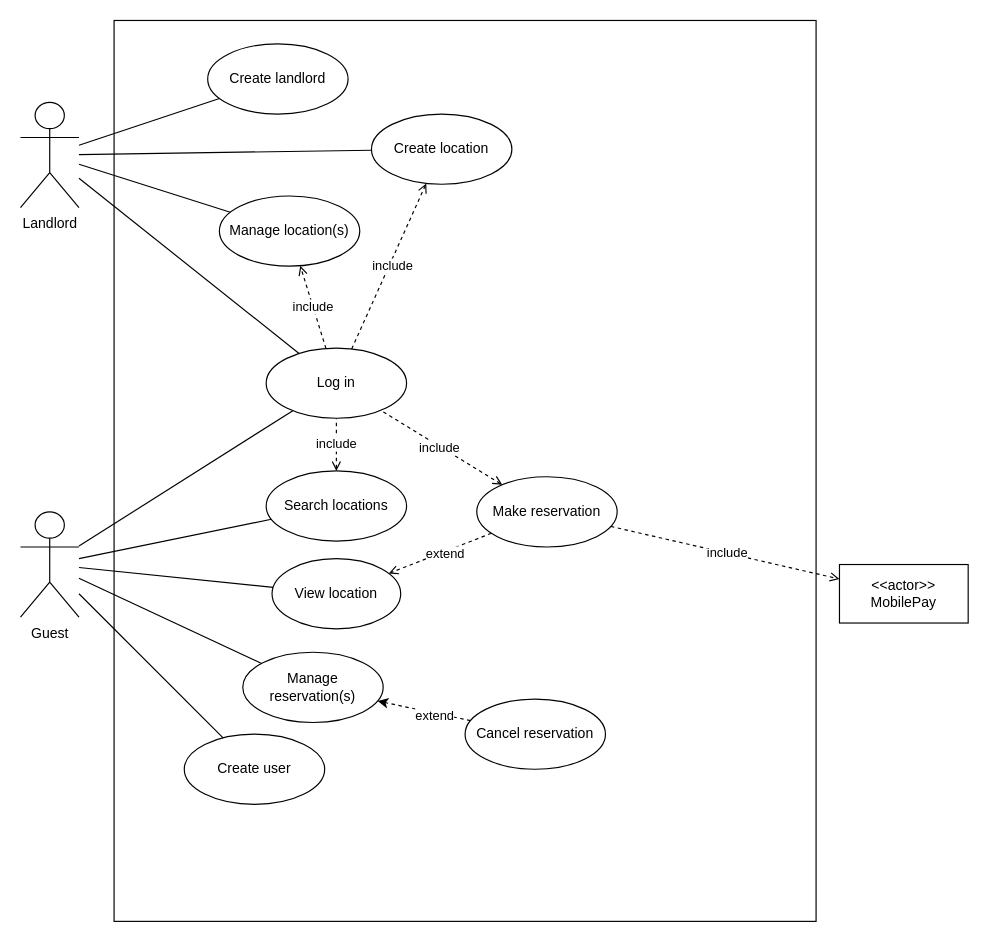
Above: Use Case Diagram BB.eu.drawio in KeanTech/BandB_Booking (draw.io), before the change. Source tidied: cells renumbered, new cells numbered last; positions are measured from the earlier drawing's top-left corner, leaving out a move shared by most shapes. Both pictures are drawn from the tidied source at 117%, with x=0, y=0 at pixel (20, 20).
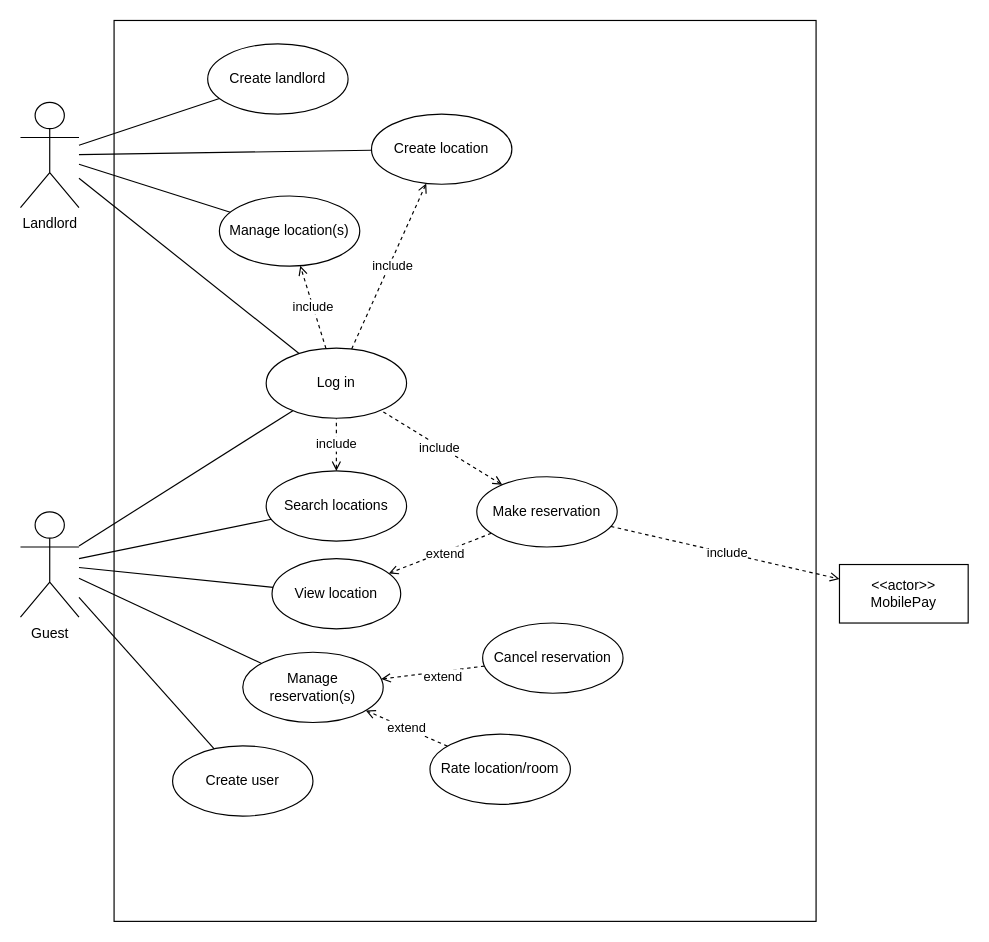
The same diagram, later.

The change refers to these unchanged cells:
```xml
<mxCell id="25" value="Manage &lt;br&gt;reservation(s)" style="ellipse;whiteSpace=wrap;html=1;" parent="1" vertex="1">
  <mxGeometry x="190" y="540" width="120" height="60" as="geometry" />
</mxCell>
```

Change to the diagram source:
```diff
@@
-    <mxCell id="17" style="rounded=0;jettySize=auto;html=1;dashed=1;" parent="1" edge="1" source="19" target="25">
+    <mxCell id="17" style="rounded=0;jettySize=auto;html=1;dashed=1;endArrow=open;endFill=0;" parent="1" edge="1" source="19" target="25">
       <mxGeometry relative="1" as="geometry" />
     </mxCell>
     <mxCell id="18" value="extend" style="edgeLabel;html=1;align=center;verticalAlign=middle;" parent="17" vertex="1">
       <mxGeometry x="0.17" y="2" relative="1" as="geometry">
-        <mxPoint x="15" y="3" as="offset" />
+        <mxPoint x="15" as="offset" />
       </mxGeometry>
     </mxCell>
     <mxCell id="19" value="Cancel reservation" style="ellipse;whiteSpace=wrap;html=1;" parent="1" vertex="1">
-      <mxGeometry x="380" y="580" width="120" height="60" as="geometry" />
+      <mxGeometry x="395" y="515" width="120" height="60" as="geometry" />
     </mxCell>
@@
     <mxCell id="30" value="Create user" style="ellipse;whiteSpace=wrap;html=1;" parent="1" vertex="1">
-      <mxGeometry x="140" y="610" width="120" height="60" as="geometry" />
+      <mxGeometry x="130" y="620" width="120" height="60" as="geometry" />
     </mxCell>
@@
+    <mxCell id="39" style="rounded=0;jettySize=auto;html=1;dashed=1;endArrow=open;endFill=0;strokeColor=default;" parent="1" edge="1" source="41" target="25">
+      <mxGeometry relative="1" as="geometry" />
+    </mxCell>
+    <mxCell id="40" value="extend" style="edgeLabel;html=1;align=center;verticalAlign=middle;" parent="39" vertex="1">
+      <mxGeometry y="-3" relative="1" as="geometry">
+        <mxPoint x="-2" y="2" as="offset" />
+      </mxGeometry>
+    </mxCell>
+    <mxCell id="41" value="Rate location/room" style="ellipse;whiteSpace=wrap;html=1;" parent="1" vertex="1">
+      <mxGeometry x="350" y="610" width="120" height="60" as="geometry" />
+    </mxCell>
```
